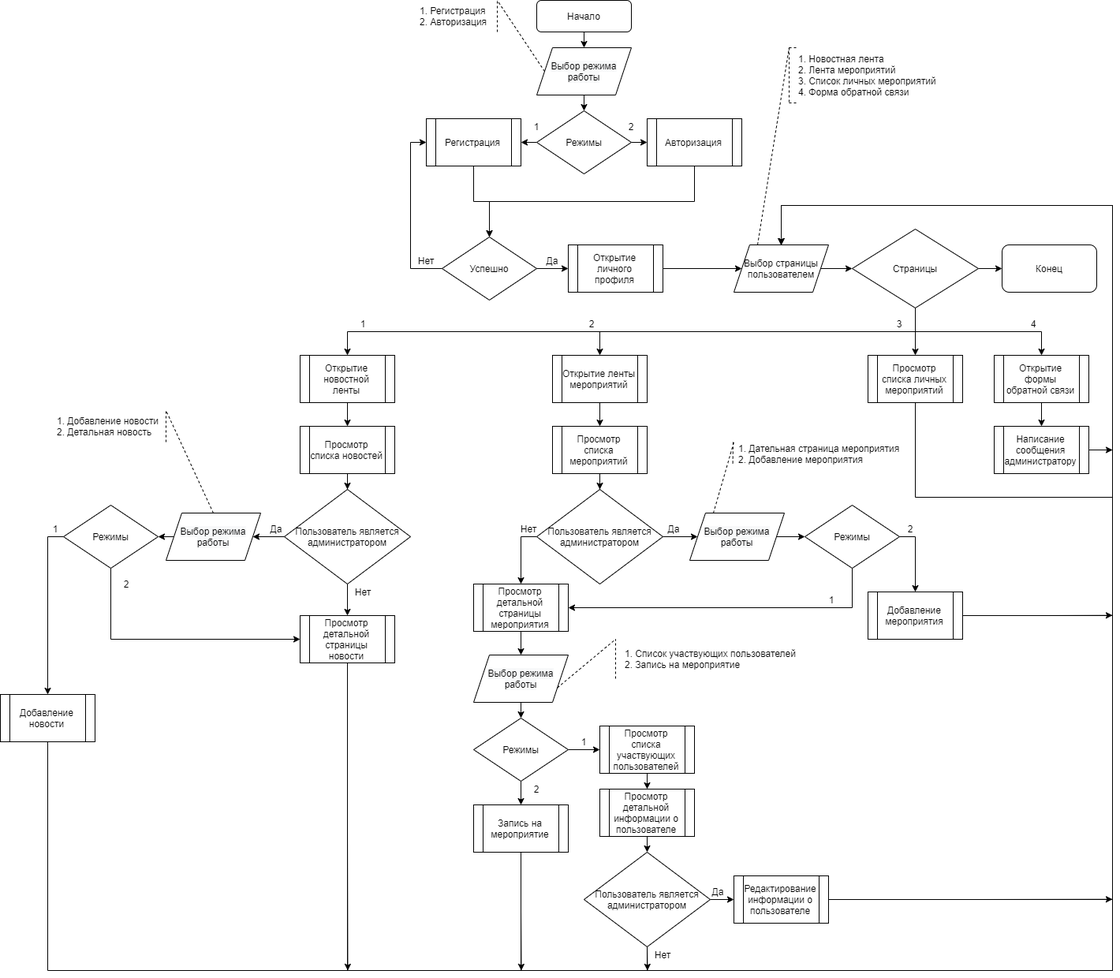
Earlier version of the draw.io export Untitled Diagram.png (SemenSidorov/labs7semestr). Source tidied: cells renumbered, new cells last; positions are measured from the earlier drawing's top-left corner, leaving out a move shared by most shapes.
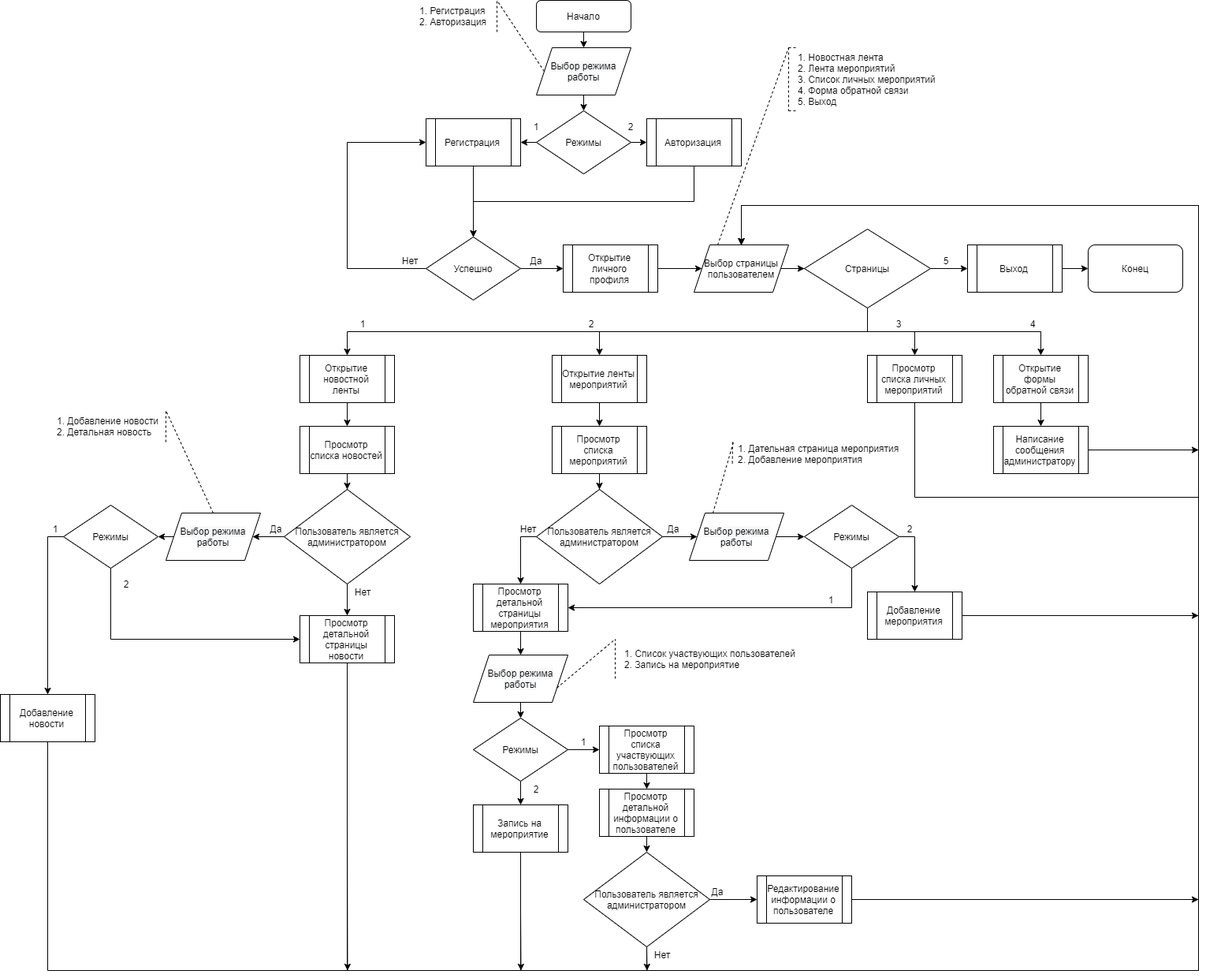
After the change.

What changed in the source:
```diff
@@ -18,22 +18,27 @@
       <mxGeometry relative="1" as="geometry" />
     </mxCell>
     <mxCell id="7" style="edgeStyle=orthogonalEdgeStyle;rounded=0;jettySize=auto;html=1;exitX=0;exitY=0.5;exitDx=0;exitDy=0;entryX=0;entryY=0.5;entryDx=0;entryDy=0;" parent="1" edge="1" source="8" target="80">
-      <mxGeometry relative="1" as="geometry" />
+      <mxGeometry relative="1" as="geometry">
+        <Array as="points">
+          <mxPoint x="440" y="340" />
+          <mxPoint x="440" y="180" />
+        </Array>
+      </mxGeometry>
     </mxCell>
     <mxCell id="8" value="Успешно" style="rhombus;whiteSpace=wrap;html=1;" parent="1" vertex="1">
-      <mxGeometry x="560" y="300" width="120" height="80" as="geometry" />
+      <mxGeometry x="540" y="300" width="120" height="80" as="geometry" />
     </mxCell>
     <mxCell id="9" value="Нет" style="text;html=1;strokeColor=none;fillColor=none;align=center;verticalAlign=middle;whiteSpace=wrap;rounded=0;" parent="1" vertex="1">
-      <mxGeometry x="520" y="320" width="40" height="20" as="geometry" />
+      <mxGeometry x="500" y="320" width="40" height="20" as="geometry" />
     </mxCell>
     <mxCell id="10" style="edgeStyle=orthogonalEdgeStyle;rounded=0;jettySize=auto;html=1;exitX=1;exitY=0.5;exitDx=0;exitDy=0;" parent="1" edge="1" source="11" target="88">
       <mxGeometry relative="1" as="geometry" />
     </mxCell>
     <mxCell id="11" value="Открытие личного профиля" style="shape=process;whiteSpace=wrap;html=1;backgroundOutline=1;" parent="1" vertex="1">
-      <mxGeometry x="720" y="310" width="120" height="60" as="geometry" />
+      <mxGeometry x="714" y="310" width="120" height="60" as="geometry" />
     </mxCell>
     <mxCell id="12" value="Да" style="text;html=1;strokeColor=none;fillColor=none;align=center;verticalAlign=middle;whiteSpace=wrap;rounded=0;" parent="1" vertex="1">
-      <mxGeometry x="680" y="320" width="40" height="20" as="geometry" />
+      <mxGeometry x="660" y="320" width="40" height="20" as="geometry" />
     </mxCell>
     <mxCell id="13" style="edgeStyle=orthogonalEdgeStyle;rounded=0;jettySize=auto;html=1;exitX=0.5;exitY=1;exitDx=0;exitDy=0;entryX=0.5;entryY=0;entryDx=0;entryDy=0;" parent="1" edge="1" source="18" target="20">
       <mxGeometry relative="1" as="geometry" />
@@ -47,11 +52,11 @@
     <mxCell id="16" style="edgeStyle=orthogonalEdgeStyle;rounded=0;jettySize=auto;html=1;exitX=0.5;exitY=1;exitDx=0;exitDy=0;entryX=0.5;entryY=0;entryDx=0;entryDy=0;" parent="1" edge="1" source="18" target="26">
       <mxGeometry relative="1" as="geometry" />
     </mxCell>
-    <mxCell id="17" style="edgeStyle=orthogonalEdgeStyle;rounded=0;jettySize=auto;html=1;exitX=1;exitY=0.5;exitDx=0;exitDy=0;entryX=0;entryY=0.5;entryDx=0;entryDy=0;" parent="1" edge="1" source="18" target="84">
-      <mxGeometry relative="1" as="geometry" />
-    </mxCell>
+    <mxCell id="124" style="edgeStyle=orthogonalEdgeStyle;rounded=0;jettySize=auto;html=1;exitX=1;exitY=0.5;exitDx=0;exitDy=0;entryX=0;entryY=0.5;entryDx=0;entryDy=0;" parent="1" edge="1" source="18" target="126">
+      <mxGeometry relative="1" as="geometry" />
+    </mxCell>
     <mxCell id="18" value="Страницы" style="rhombus;whiteSpace=wrap;html=1;" parent="1" vertex="1">
-      <mxGeometry x="1080" y="290" width="160" height="100" as="geometry" />
+      <mxGeometry x="1020" y="290" width="160" height="100" as="geometry" />
     </mxCell>
     <mxCell id="19" style="edgeStyle=orthogonalEdgeStyle;rounded=0;jettySize=auto;html=1;exitX=0.5;exitY=1;exitDx=0;exitDy=0;entryX=0.5;entryY=0;entryDx=0;entryDy=0;" parent="1" edge="1" source="20" target="28">
       <mxGeometry relative="1" as="geometry" />
@@ -69,9 +74,9 @@
       <mxGeometry relative="1" as="geometry">
         <Array as="points">
           <mxPoint x="1160" y="630" />
-          <mxPoint x="1410" y="630" />
-          <mxPoint x="1410" y="260" />
-          <mxPoint x="990" y="260" />
+          <mxPoint x="1520" y="630" />
+          <mxPoint x="1520" y="260" />
+          <mxPoint x="940" y="260" />
         </Array>
       </mxGeometry>
     </mxCell>
@@ -103,9 +108,9 @@
       <mxGeometry relative="1" as="geometry">
         <Array as="points">
           <mxPoint x="440" y="1230" />
-          <mxPoint x="1410" y="1230" />
-          <mxPoint x="1410" y="260" />
-          <mxPoint x="990" y="260" />
+          <mxPoint x="1520" y="1230" />
+          <mxPoint x="1520" y="260" />
+          <mxPoint x="940" y="260" />
         </Array>
       </mxGeometry>
     </mxCell>
@@ -124,9 +129,9 @@
       <mxGeometry relative="1" as="geometry">
         <Array as="points">
           <mxPoint x="60" y="1230" />
-          <mxPoint x="1410" y="1230" />
-          <mxPoint x="1410" y="260" />
-          <mxPoint x="990" y="260" />
+          <mxPoint x="1520" y="1230" />
+          <mxPoint x="1520" y="260" />
+          <mxPoint x="940" y="260" />
         </Array>
       </mxGeometry>
     </mxCell>
@@ -165,15 +170,15 @@
     <mxCell id="47" style="edgeStyle=orthogonalEdgeStyle;rounded=0;jettySize=auto;html=1;exitX=1;exitY=0.5;exitDx=0;exitDy=0;entryX=0.5;entryY=0;entryDx=0;entryDy=0;" parent="1" edge="1" source="49" target="88">
       <mxGeometry relative="1" as="geometry">
         <Array as="points">
-          <mxPoint x="1410" y="780" />
-          <mxPoint x="1410" y="260" />
-          <mxPoint x="990" y="260" />
+          <mxPoint x="1520" y="780" />
+          <mxPoint x="1520" y="260" />
+          <mxPoint x="940" y="260" />
         </Array>
       </mxGeometry>
     </mxCell>
     <mxCell id="48" style="edgeStyle=orthogonalEdgeStyle;rounded=0;jettySize=auto;html=1;exitX=1;exitY=0.5;exitDx=0;exitDy=0;" parent="1" edge="1" source="49">
       <mxGeometry relative="1" as="geometry">
-        <mxPoint x="1410" y="779.7" as="targetPoint" />
+        <mxPoint x="1520" y="780" as="targetPoint" />
       </mxGeometry>
     </mxCell>
     <mxCell id="49" value="Добавление мероприятия" style="shape=process;whiteSpace=wrap;html=1;backgroundOutline=1;" parent="1" vertex="1">
@@ -185,15 +190,15 @@
     <mxCell id="51" style="edgeStyle=orthogonalEdgeStyle;rounded=0;jettySize=auto;html=1;exitX=1;exitY=0.5;exitDx=0;exitDy=0;entryX=0.5;entryY=0;entryDx=0;entryDy=0;" parent="1" edge="1" source="53" target="88">
       <mxGeometry relative="1" as="geometry">
         <Array as="points">
-          <mxPoint x="1410" y="570" />
-          <mxPoint x="1410" y="260" />
-          <mxPoint x="990" y="260" />
+          <mxPoint x="1520" y="570" />
+          <mxPoint x="1520" y="260" />
+          <mxPoint x="940" y="260" />
         </Array>
       </mxGeometry>
     </mxCell>
     <mxCell id="52" style="edgeStyle=orthogonalEdgeStyle;rounded=0;jettySize=auto;html=1;exitX=1;exitY=0.5;exitDx=0;exitDy=0;" parent="1" edge="1" source="53">
       <mxGeometry relative="1" as="geometry">
-        <mxPoint x="1410" y="569.7" as="targetPoint" />
+        <mxPoint x="1520" y="570" as="targetPoint" />
       </mxGeometry>
     </mxCell>
     <mxCell id="53" value="Написание сообщения администратору" style="shape=process;whiteSpace=wrap;html=1;backgroundOutline=1;" parent="1" vertex="1">
@@ -203,9 +208,9 @@
       <mxGeometry relative="1" as="geometry">
         <Array as="points">
           <mxPoint x="660" y="1230" />
-          <mxPoint x="1410" y="1230" />
-          <mxPoint x="1410" y="260" />
-          <mxPoint x="990" y="260" />
+          <mxPoint x="1520" y="1230" />
+          <mxPoint x="1520" y="260" />
+          <mxPoint x="940" y="260" />
         </Array>
       </mxGeometry>
     </mxCell>
@@ -236,9 +241,9 @@
       <mxGeometry relative="1" as="geometry">
         <Array as="points">
           <mxPoint x="820" y="1230" />
-          <mxPoint x="1410" y="1230" />
-          <mxPoint x="1410" y="260" />
-          <mxPoint x="990" y="260" />
+          <mxPoint x="1520" y="1230" />
+          <mxPoint x="1520" y="260" />
+          <mxPoint x="940" y="260" />
         </Array>
       </mxGeometry>
     </mxCell>
@@ -253,19 +258,19 @@
     <mxCell id="65" style="edgeStyle=orthogonalEdgeStyle;rounded=0;jettySize=auto;html=1;exitX=1;exitY=0.5;exitDx=0;exitDy=0;entryX=0.5;entryY=0;entryDx=0;entryDy=0;" parent="1" edge="1" source="67" target="88">
       <mxGeometry relative="1" as="geometry">
         <Array as="points">
-          <mxPoint x="1410" y="1140" />
-          <mxPoint x="1410" y="260" />
-          <mxPoint x="990" y="260" />
+          <mxPoint x="1520" y="1140" />
+          <mxPoint x="1520" y="260" />
+          <mxPoint x="940" y="260" />
         </Array>
       </mxGeometry>
     </mxCell>
     <mxCell id="66" style="edgeStyle=orthogonalEdgeStyle;rounded=0;jettySize=auto;html=1;exitX=1;exitY=0.5;exitDx=0;exitDy=0;" parent="1" edge="1" source="67">
       <mxGeometry relative="1" as="geometry">
-        <mxPoint x="1410" y="1139.7" as="targetPoint" />
+        <mxPoint x="1520" y="1140" as="targetPoint" />
       </mxGeometry>
     </mxCell>
     <mxCell id="67" value="Редактирование информации о пользователе" style="shape=process;whiteSpace=wrap;html=1;backgroundOutline=1;" parent="1" vertex="1">
-      <mxGeometry x="930" y="1110" width="120" height="60" as="geometry" />
+      <mxGeometry x="960" y="1110" width="120" height="60" as="geometry" />
     </mxCell>
     <mxCell id="68" value="Да" style="text;html=1;strokeColor=none;fillColor=none;align=center;verticalAlign=middle;whiteSpace=wrap;rounded=0;" parent="1" vertex="1">
       <mxGeometry x="890" y="1120" width="40" height="20" as="geometry" />
@@ -316,7 +321,7 @@
       <mxGeometry x="680" y="140" width="120" height="80" as="geometry" />
     </mxCell>
     <mxCell id="84" value="Конец" style="rounded=1;whiteSpace=wrap;html=1;" parent="1" vertex="1">
-      <mxGeometry x="1270" y="310" width="120" height="60" as="geometry" />
+      <mxGeometry x="1380" y="310" width="120" height="60" as="geometry" />
     </mxCell>
     <mxCell id="85" style="edgeStyle=orthogonalEdgeStyle;rounded=0;jettySize=auto;html=1;exitX=0.5;exitY=1;exitDx=0;exitDy=0;entryX=0.5;entryY=0;entryDx=0;entryDy=0;" parent="1" edge="1" source="86" target="83">
       <mxGeometry relative="1" as="geometry" />
@@ -328,7 +333,7 @@
       <mxGeometry relative="1" as="geometry" />
     </mxCell>
     <mxCell id="88" value="&lt;span&gt;Выбор страницы пользователем&lt;/span&gt;" style="shape=parallelogram;perimeter=parallelogramPerimeter;whiteSpace=wrap;html=1;fixedSize=1;" parent="1" vertex="1">
-      <mxGeometry x="930" y="310" width="120" height="60" as="geometry" />
+      <mxGeometry x="880" y="310" width="120" height="60" as="geometry" />
     </mxCell>
     <mxCell id="89" style="endArrow=none;dashed=1;html=1;exitX=0.25;exitY=0;exitDx=0;exitDy=0;" parent="1" edge="1" source="88">
       <mxGeometry relative="1" as="geometry">
@@ -338,15 +343,15 @@
     <mxCell id="90" style="endArrow=none;dashed=1;html=1;" parent="1" edge="1">
       <mxGeometry relative="1" as="geometry">
         <mxPoint x="1000" y="60" as="sourcePoint" />
-        <mxPoint x="1000" y="130" as="targetPoint" />
+        <mxPoint x="1000" y="140" as="targetPoint" />
       </mxGeometry>
     </mxCell>
-    <mxCell id="91" value="1. Новостная лента&lt;br&gt;2. Лента мероприятий&lt;br&gt;3. Список личных мероприятий&lt;br&gt;4. Форма обратной связи" style="text;html=1;strokeColor=none;fillColor=none;align=left;verticalAlign=middle;whiteSpace=wrap;rounded=0;" parent="1" vertex="1">
-      <mxGeometry x="1010" y="60" width="180" height="70" as="geometry" />
+    <mxCell id="91" value="1. Новостная лента&lt;br&gt;2. Лента мероприятий&lt;br&gt;3. Список личных мероприятий&lt;br&gt;4. Форма обратной связи&lt;br&gt;5. Выход" style="text;html=1;strokeColor=none;fillColor=none;align=left;verticalAlign=middle;whiteSpace=wrap;rounded=0;" parent="1" vertex="1">
+      <mxGeometry x="1010" y="60" width="180" height="80" as="geometry" />
     </mxCell>
     <mxCell id="92" style="endArrow=none;dashed=1;html=1;entryX=0;entryY=1;entryDx=0;entryDy=0;" parent="1" edge="1" target="91">
       <mxGeometry relative="1" as="geometry">
-        <mxPoint x="1000" y="130" as="sourcePoint" />
+        <mxPoint x="1000" y="140" as="sourcePoint" />
       </mxGeometry>
     </mxCell>
     <mxCell id="93" style="endArrow=none;dashed=1;html=1;entryX=0;entryY=0;entryDx=0;entryDy=0;" parent="1" edge="1" target="91">
@@ -456,5 +461,14 @@
     <mxCell id="123" value="2" style="text;html=1;strokeColor=none;fillColor=none;align=center;verticalAlign=middle;whiteSpace=wrap;rounded=0;" parent="1" vertex="1">
       <mxGeometry x="780" y="150" width="40" height="20" as="geometry" />
     </mxCell>
+    <mxCell id="125" style="edgeStyle=orthogonalEdgeStyle;rounded=0;jettySize=auto;html=1;exitX=1;exitY=0.5;exitDx=0;exitDy=0;entryX=0;entryY=0.5;entryDx=0;entryDy=0;" parent="1" edge="1" source="126" target="84">
+      <mxGeometry relative="1" as="geometry" />
+    </mxCell>
+    <mxCell id="126" value="Выход" style="shape=process;whiteSpace=wrap;html=1;backgroundOutline=1;" parent="1" vertex="1">
+      <mxGeometry x="1227" y="310" width="120" height="60" as="geometry" />
+    </mxCell>
+    <mxCell id="127" value="5" style="text;html=1;strokeColor=none;fillColor=none;align=center;verticalAlign=middle;whiteSpace=wrap;rounded=0;" parent="1" vertex="1">
+      <mxGeometry x="1180" y="320" width="40" height="20" as="geometry" />
+    </mxCell>
   </root>
 </mxGraphModel>
```
